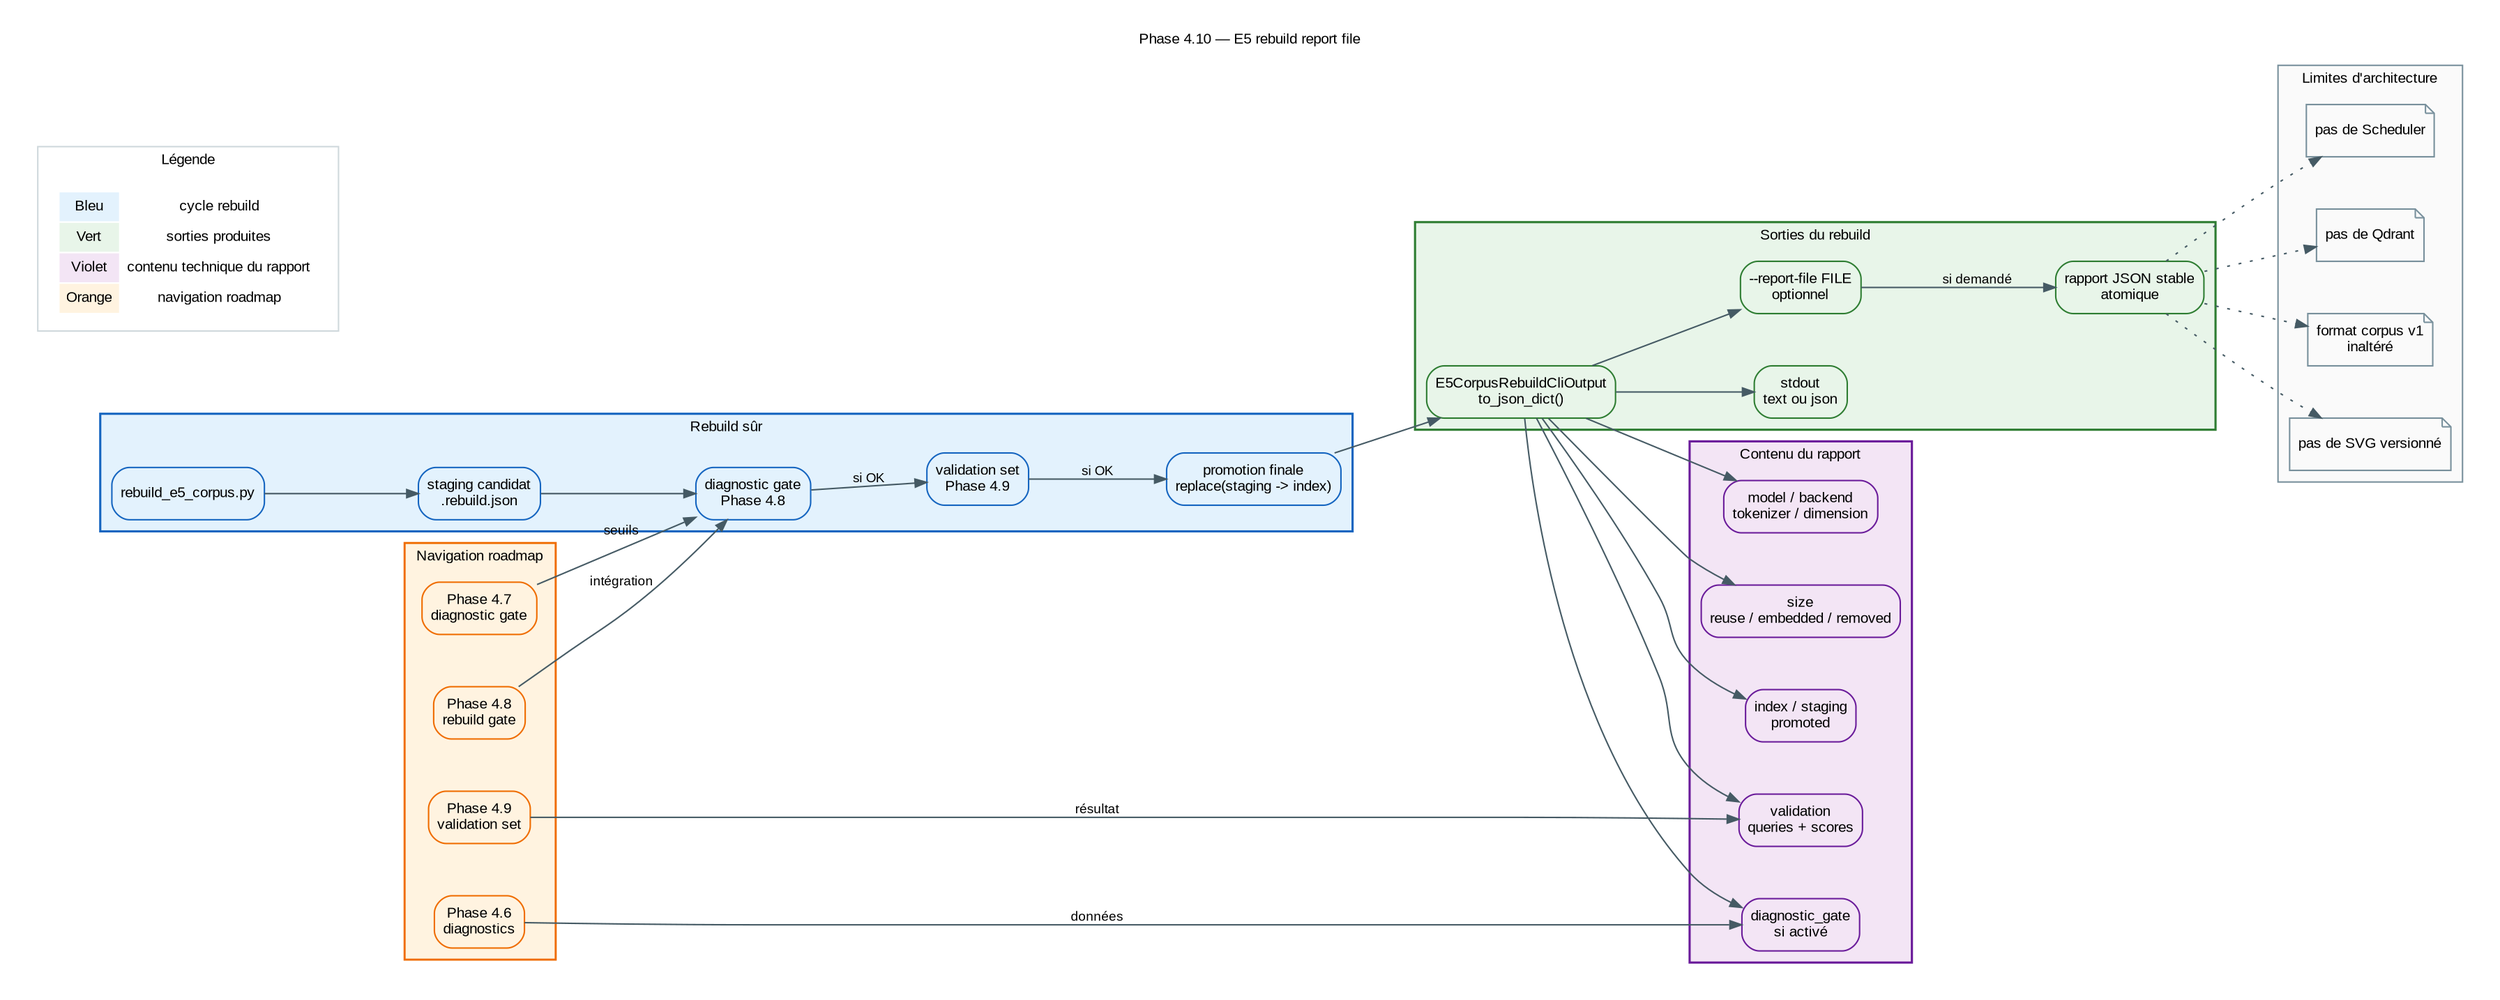
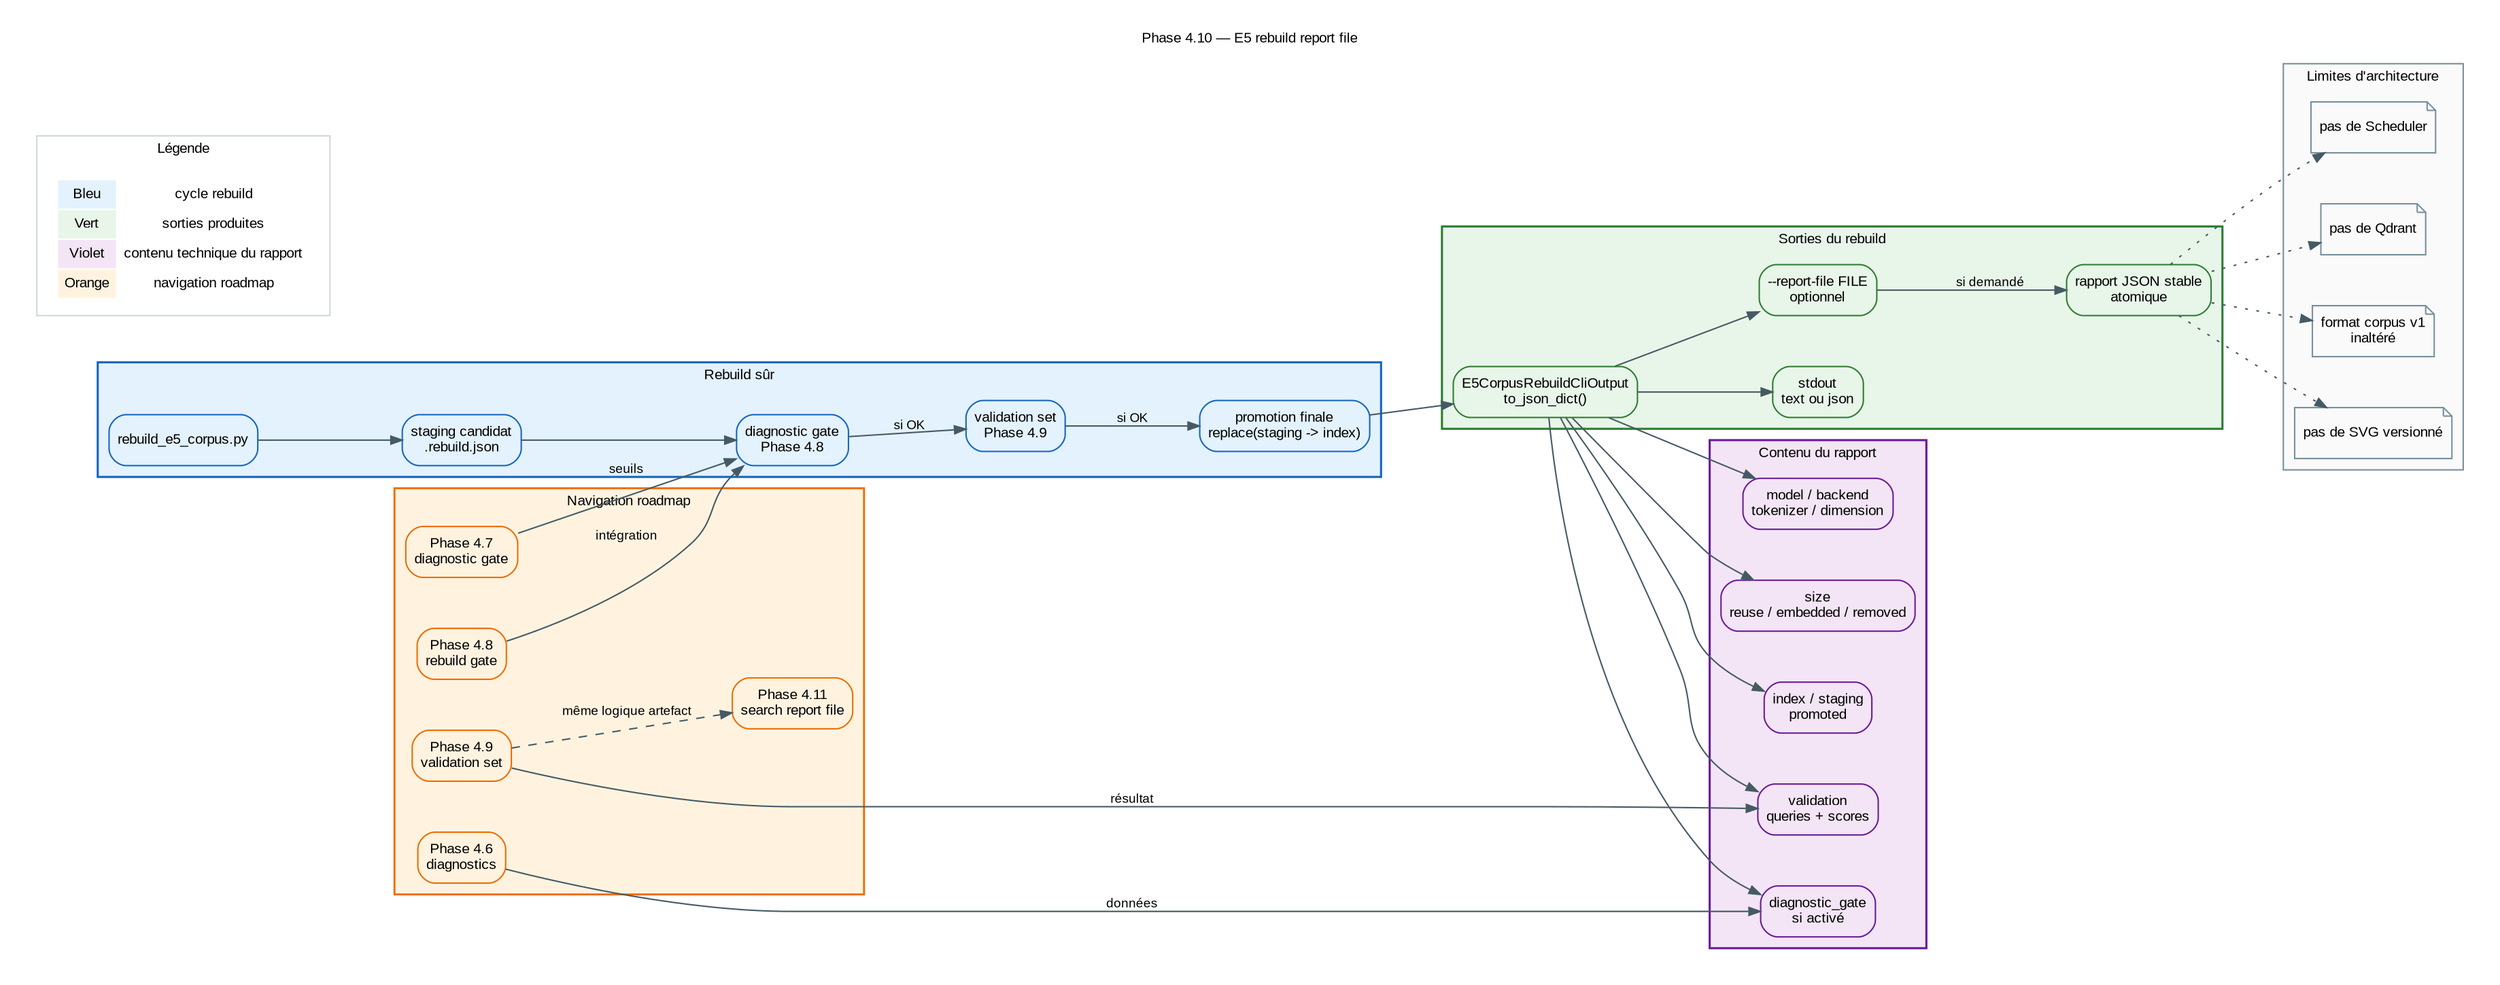
digraph E5RebuildReportFile {
  // ROADMAP_ID: inference.e5_rebuild_report_file
  // ROADMAP_PARENT: inference/63_e5_search_validation_set.dot
  // ROADMAP_NOTE[phase4_10]:
  // Produit un rapport JSON optionnel du rebuild sûr pour audit local, CI ou future UI HTML.

  rankdir=LR;
  graph [
    fontname="Arial",
    fontsize=10,
    labelloc="t",
    label="Phase 4.10 — E5 rebuild report file",
    bgcolor="white",
    pad=0.25,
    nodesep=0.5,
    ranksep=0.8
  ];
  node [shape=box, style="filled,rounded", fontname="Arial", fontsize=10, margin="0.09,0.06"];
  edge [fontname="Arial", fontsize=9, color="#455a64", arrowsize=0.8];

  subgraph cluster_rebuild {
    label="Rebuild sûr";
    color="#1565c0";
    bgcolor="#e3f2fd";
    penwidth=1.5;
    node [fillcolor="#e3f2fd", color="#1565c0"];
    RebuildCli [label="rebuild_e5_corpus.py", URL="56_e5_safe_rebuild.svg"];
    Staging [label="staging candidat\n.rebuild.json"];
    DiagnosticGate [label="diagnostic gate\nPhase 4.8", URL="62_e5_rebuild_diagnostic_gate.svg"];
    ValidationSet [label="validation set\nPhase 4.9", URL="63_e5_search_validation_set.svg"];
    Promotion [label="promotion finale\nreplace(staging -> index)"];
  }

  subgraph cluster_output {
    label="Sorties du rebuild";
    color="#2e7d32";
    bgcolor="#e8f5e9";
    penwidth=1.5;
    node [fillcolor="#e8f5e9", color="#2e7d32"];
    CliOutput [label="stdout\ntext ou json"];
    OutputObject [label="E5CorpusRebuildCliOutput\nto_json_dict()"];
    ReportOption [label="--report-file FILE\noptionnel"];
    ReportFile [label="rapport JSON stable\natomique"];
  }

  subgraph cluster_report_content {
    label="Contenu du rapport";
    color="#6a1b9a";
    bgcolor="#f3e5f5";
    penwidth=1.5;
    node [fillcolor="#f3e5f5", color="#6a1b9a"];
    Identity [label="index / staging\npromoted"];
    Model [label="model / backend\ntokenizer / dimension"];
    Stats [label="size\nreuse / embedded / removed"];
    Validation [label="validation\nqueries + scores"];
    Diagnostics [label="diagnostic_gate\nsi activé"];
  }

  subgraph cluster_scope {
    label="Limites d'architecture";
    color="#78909c";
    bgcolor="#fafafa";
    penwidth=1.0;
    node [shape=note, style="filled", fillcolor="#fafafa", color="#78909c"];
    NoScheduler [label="pas de Scheduler"];
    NoQdrant [label="pas de Qdrant"];
    NoFormatChange [label="format corpus v1\ninaltéré"];
    NoSvg [label="pas de SVG versionné"];
  }

  subgraph cluster_navigation {
    label="Navigation roadmap";
    color="#ef6c00";
    bgcolor="#fff3e0";
    penwidth=1.4;
    node [fillcolor="#fff3e0", color="#ef6c00"];
    CorpusDiag [label="Phase 4.6\ndiagnostics", URL="60_e5_corpus_diagnostics.svg"];
    Gate [label="Phase 4.7\ndiagnostic gate", URL="61_e5_corpus_diagnostic_gate.svg"];
    RebuildGate [label="Phase 4.8\nrebuild gate", URL="62_e5_rebuild_diagnostic_gate.svg"];
    SearchValidation [label="Phase 4.9\nvalidation set", URL="63_e5_search_validation_set.svg"];
+     SearchReportFile [label="Phase 4.11\nsearch report file", URL="65_e5_search_report_file.svg"];
  }

  RebuildCli -> Staging;
  Staging -> DiagnosticGate;
  DiagnosticGate -> ValidationSet [label="si OK"];
  ValidationSet -> Promotion [label="si OK"];
  Promotion -> OutputObject;
  OutputObject -> CliOutput;
  OutputObject -> ReportOption;
  ReportOption -> ReportFile [label="si demandé"];

  OutputObject -> Identity;
  OutputObject -> Model;
  OutputObject -> Stats;
  OutputObject -> Validation;
  OutputObject -> Diagnostics;

  ReportFile -> NoScheduler [style=dotted];
  ReportFile -> NoQdrant [style=dotted];
  ReportFile -> NoFormatChange [style=dotted];
  ReportFile -> NoSvg [style=dotted];

  CorpusDiag -> Diagnostics [label="données"];
  Gate -> DiagnosticGate [label="seuils"];
  RebuildGate -> DiagnosticGate [label="intégration"];
  SearchValidation -> Validation [label="résultat"];
+   SearchValidation -> SearchReportFile [style=dashed, label="même logique artefact"];

  subgraph cluster_legend {
    label="Légende";
    color="#cfd8dc";
    bgcolor="#ffffff";
    penwidth=1.0;
    node [shape=plaintext, fillcolor="#ffffff", color="#ffffff"];
    Legend [label=<
      <TABLE BORDER="0" CELLBORDER="1" CELLSPACING="0" CELLPADDING="4">
        <TR><TD BGCOLOR="#e3f2fd">Bleu</TD><TD>cycle rebuild</TD></TR>
        <TR><TD BGCOLOR="#e8f5e9">Vert</TD><TD>sorties produites</TD></TR>
        <TR><TD BGCOLOR="#f3e5f5">Violet</TD><TD>contenu technique du rapport</TD></TR>
        <TR><TD BGCOLOR="#fff3e0">Orange</TD><TD>navigation roadmap</TD></TR>
      </TABLE>
    >];
  }

  // HTML_DETAIL[phase4_10]:
  // title: Rebuild report file
  // summary: Le rebuild sûr peut produire un rapport JSON stable pour audit local, CI ou future interface HTML.
  // technical: Le rapport réutilise E5CorpusRebuildCliOutput.to_json_dict(), écrit via fichier temporaire voisin puis replace().
  // ui_hint: Afficher index, diagnostic_gate, validation.queries et promoted dans une future vue de rebuild.
}
